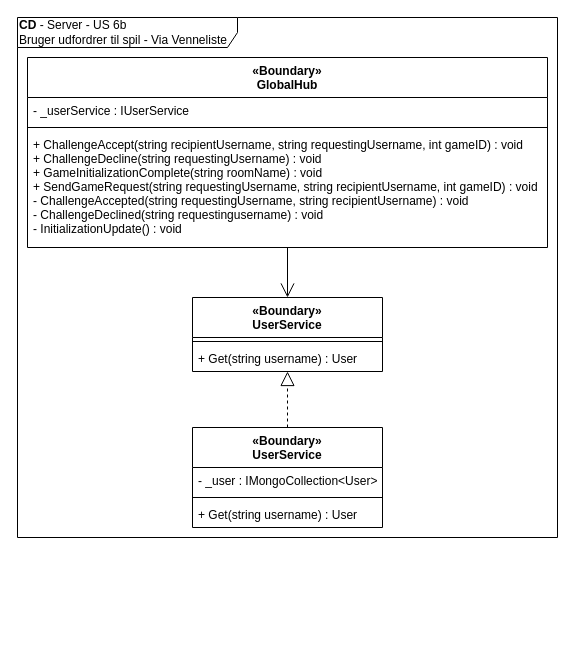
Above: page "CD-Server" (3 of 3) of diagrams/arkitektur/US6b_challenge-friendslist.drawio in Macradon/I7BAC-PlugNPlay (draw.io), before the change. Source tidied: cells renumbered, new cells numbered last; positions are measured from the earlier drawing's top-left corner, leaving out a move shared by most shapes. Both pictures are drawn from the tidied source at 100%, with x=0, y=0 at pixel (17, 17).
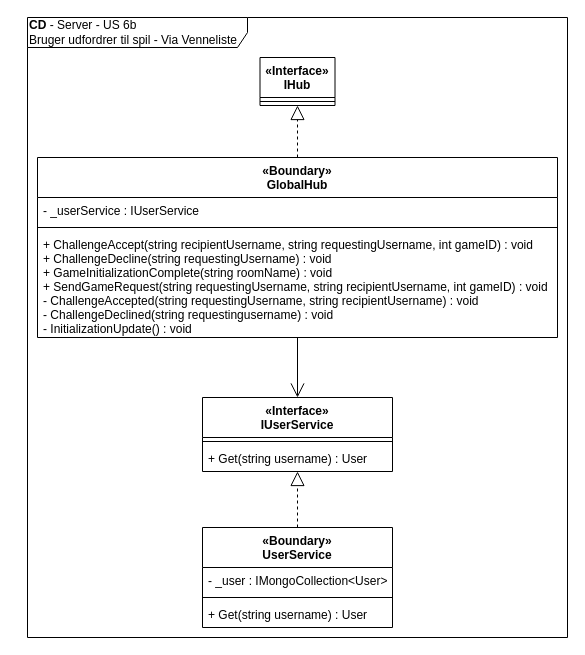
Above is the later version.

The edit, as a diff of the source:
```diff
@@
 <mxGraphModel>
   <root>
     <mxCell id="0" />
     <mxCell id="1" parent="0" />
     <mxCell id="2" value="&lt;b&gt;CD&lt;/b&gt;&amp;nbsp;- Server&amp;nbsp;- US 6b&lt;br&gt;Bruger udfordrer til spil - Via Venneliste" style="shape=umlFrame;whiteSpace=wrap;html=1;labelBackgroundColor=#ffffff;align=left;width=220;height=30;" parent="1" vertex="1">
-      <mxGeometry width="540" height="520" as="geometry" />
+      <mxGeometry x="10" width="540" height="620" as="geometry" />
     </mxCell>
-    <mxCell id="3" style="edgeStyle=orthogonalEdgeStyle;rounded=0;jettySize=auto;html=1;endArrow=open;endFill=0;endSize=12;" parent="1" edge="1" source="4" target="13">
-      <mxGeometry relative="1" as="geometry" />
-    </mxCell>
+    <mxCell id="16" style="edgeStyle=orthogonalEdgeStyle;rounded=0;jettySize=auto;html=1;endArrow=open;endFill=0;endSize=12;" parent="1" edge="1" source="4" target="20">
+      <mxGeometry relative="1" as="geometry" />
+    </mxCell>
+    <mxCell id="17" style="edgeStyle=orthogonalEdgeStyle;rounded=0;jettySize=auto;html=1;startArrow=none;startFill=0;endArrow=block;endFill=0;endSize=12;dashed=1;" parent="1" edge="1" source="4" target="21">
+      <mxGeometry relative="1" as="geometry" />
+    </mxCell>
     <mxCell id="4" value="«Boundary»&#10;GlobalHub" style="swimlane;fontStyle=1;align=center;verticalAlign=top;horizontal=1;startSize=40;" parent="1" vertex="1">
-      <mxGeometry x="10" y="40" width="520" height="190" as="geometry" />
+      <mxGeometry x="20" y="140" width="520" height="180" as="geometry" />
     </mxCell>
     <mxCell id="5" value="- _userService : IUserService" style="text;strokeColor=none;fillColor=none;align=left;verticalAlign=top;spacingLeft=4;spacingRight=4;overflow=hidden;" parent="4" vertex="1">
       <mxGeometry y="40" width="520" height="26" as="geometry" />
     </mxCell>
     <mxCell id="6" style="line;strokeWidth=1;fillColor=none;align=left;verticalAlign=middle;spacingTop=-1;spacingLeft=3;spacingRight=3;labelPosition=right;" parent="4" vertex="1">
       <mxGeometry y="66" width="520" height="8" as="geometry" />
     </mxCell>
     <mxCell id="7" value="+ ChallengeAccept(string recipientUsername, string requestingUsername, int gameID) : void&#10;+ ChallengeDecline(string requestingUsername) : void&#10;+ GameInitializationComplete(string roomName) : void&#10;+ SendGameRequest(string requestingUsername, string recipientUsername, int gameID) : void&#10;- ChallengeAccepted(string requestingUsername, string recipientUsername) : void&#10;- ChallengeDeclined(string requestingusername) : void&#10;- InitializationUpdate() : void" style="text;strokeColor=none;fillColor=none;align=left;verticalAlign=top;spacingLeft=4;spacingRight=4;overflow=hidden;" parent="4" vertex="1">
-      <mxGeometry y="74" width="520" height="116" as="geometry" />
+      <mxGeometry y="74" width="520" height="106" as="geometry" />
     </mxCell>
-    <mxCell id="8" style="edgeStyle=orthogonalEdgeStyle;rounded=0;jettySize=auto;html=1;endArrow=block;endFill=0;endSize=12;dashed=1;" parent="1" edge="1" source="9" target="13">
-      <mxGeometry relative="1" as="geometry" />
-    </mxCell>
-    <mxCell id="9" value="«Boundary»&#10;UserService" style="swimlane;fontStyle=1;align=center;verticalAlign=top;horizontal=1;startSize=40;" parent="1" vertex="1">
-      <mxGeometry x="175" y="410" width="190" height="100" as="geometry" />
-    </mxCell>
+    <mxCell id="18" style="edgeStyle=orthogonalEdgeStyle;rounded=0;jettySize=auto;html=1;endArrow=block;endFill=0;endSize=12;dashed=1;" parent="1" edge="1" source="19" target="20">
+      <mxGeometry relative="1" as="geometry" />
+    </mxCell>
+    <mxCell id="19" value="«Boundary»&#10;UserService" style="swimlane;fontStyle=1;align=center;verticalAlign=top;horizontal=1;startSize=40;" parent="1" vertex="1">
+      <mxGeometry x="185" y="510" width="190" height="100" as="geometry" />
+    </mxCell>
-    <mxCell id="10" value="- _user : IMongoCollection&lt;User&gt;" style="text;strokeColor=none;fillColor=none;align=left;verticalAlign=top;spacingLeft=4;spacingRight=4;overflow=hidden;" parent="9" vertex="1">
+    <mxCell id="10" value="- _user : IMongoCollection&lt;User&gt;" style="text;strokeColor=none;fillColor=none;align=left;verticalAlign=top;spacingLeft=4;spacingRight=4;overflow=hidden;" parent="19" vertex="1">
       <mxGeometry y="40" width="190" height="26" as="geometry" />
     </mxCell>
-    <mxCell id="11" style="line;strokeWidth=1;fillColor=none;align=left;verticalAlign=middle;spacingTop=-1;spacingLeft=3;spacingRight=3;labelPosition=right;" parent="9" vertex="1">
+    <mxCell id="11" style="line;strokeWidth=1;fillColor=none;align=left;verticalAlign=middle;spacingTop=-1;spacingLeft=3;spacingRight=3;labelPosition=right;" parent="19" vertex="1">
       <mxGeometry y="66" width="190" height="8" as="geometry" />
     </mxCell>
-    <mxCell id="12" value="+ Get(string username) : User" style="text;strokeColor=none;fillColor=none;align=left;verticalAlign=top;spacingLeft=4;spacingRight=4;overflow=hidden;" parent="9" vertex="1">
+    <mxCell id="12" value="+ Get(string username) : User" style="text;strokeColor=none;fillColor=none;align=left;verticalAlign=top;spacingLeft=4;spacingRight=4;overflow=hidden;" parent="19" vertex="1">
       <mxGeometry y="74" width="190" height="26" as="geometry" />
     </mxCell>
-    <mxCell id="13" value="«Boundary»&#10;UserService" style="swimlane;fontStyle=1;align=center;verticalAlign=top;horizontal=1;startSize=40;" parent="1" vertex="1">
-      <mxGeometry x="175" y="280" width="190" height="74" as="geometry" />
-    </mxCell>
+    <mxCell id="20" value="«Interface»&#10;IUserService" style="swimlane;fontStyle=1;align=center;verticalAlign=top;horizontal=1;startSize=40;" parent="1" vertex="1">
+      <mxGeometry x="185" y="380" width="190" height="74" as="geometry" />
+    </mxCell>
-    <mxCell id="14" style="line;strokeWidth=1;fillColor=none;align=left;verticalAlign=middle;spacingTop=-1;spacingLeft=3;spacingRight=3;labelPosition=right;" parent="13" vertex="1">
+    <mxCell id="14" style="line;strokeWidth=1;fillColor=none;align=left;verticalAlign=middle;spacingTop=-1;spacingLeft=3;spacingRight=3;labelPosition=right;" parent="20" vertex="1">
       <mxGeometry y="40" width="190" height="8" as="geometry" />
     </mxCell>
-    <mxCell id="15" value="+ Get(string username) : User" style="text;strokeColor=none;fillColor=none;align=left;verticalAlign=top;spacingLeft=4;spacingRight=4;overflow=hidden;" parent="13" vertex="1">
+    <mxCell id="15" value="+ Get(string username) : User" style="text;strokeColor=none;fillColor=none;align=left;verticalAlign=top;spacingLeft=4;spacingRight=4;overflow=hidden;" parent="20" vertex="1">
       <mxGeometry y="48" width="190" height="26" as="geometry" />
     </mxCell>
+    <mxCell id="21" value="«Interface»&#10;IHub" style="swimlane;fontStyle=1;align=center;verticalAlign=top;horizontal=1;startSize=40;" parent="1" vertex="1">
+      <mxGeometry x="242.5" y="40" width="75" height="48" as="geometry" />
+    </mxCell>
+    <mxCell id="22" style="line;strokeWidth=1;fillColor=none;align=left;verticalAlign=middle;spacingTop=-1;spacingLeft=3;spacingRight=3;labelPosition=right;" parent="21" vertex="1">
+      <mxGeometry y="40" width="75" height="8" as="geometry" />
+    </mxCell>
   </root>
 </mxGraphModel>
```
